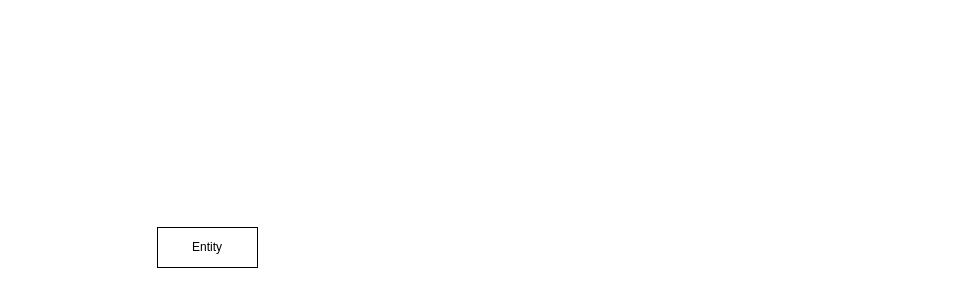
tonyjohnson1910/DoAn_DBMS keeps this draw.io diagram as ERD.drawio. Above is the earlier version. Source tidied: cells renumbered, new cells numbered last; positions are measured from the earlier drawing's top-left corner, leaving out a move shared by most shapes. Both pictures are drawn from the tidied source at 100%, with x=0, y=0 at pixel (157, 227).
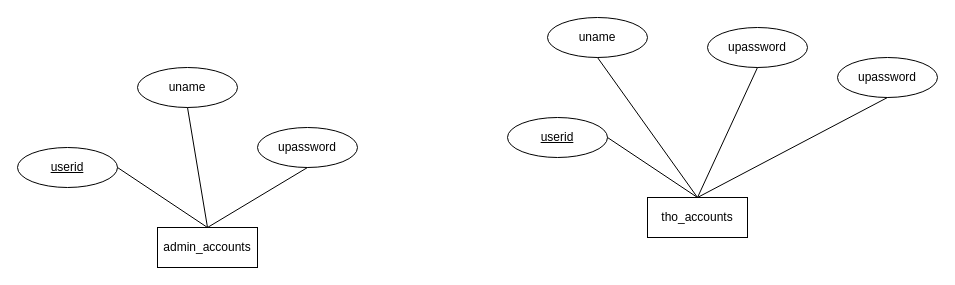
After the change.

Change to the diagram source:
```diff
@@
 <mxGraphModel>
   <root>
     <mxCell id="0" />
     <mxCell id="1" parent="0" />
-    <mxCell id="2" value="Entity" style="whiteSpace=wrap;html=1;align=center;" parent="1" vertex="1">
+    <mxCell id="2" value="admin_accounts" style="whiteSpace=wrap;html=1;align=center;" parent="1" vertex="1">
       <mxGeometry width="100" height="40" as="geometry" />
     </mxCell>
+    <mxCell id="3" value="userid" style="ellipse;whiteSpace=wrap;html=1;align=center;fontStyle=4;" parent="1" vertex="1">
+      <mxGeometry x="-140" y="-80" width="100" height="40" as="geometry" />
+    </mxCell>
+    <mxCell id="4" style="endArrow=none;html=1;rounded=0;exitX=1;exitY=0.5;exitDx=0;exitDy=0;entryX=0.5;entryY=0;entryDx=0;entryDy=0;" parent="1" edge="1" source="3" target="2">
+      <mxGeometry relative="1" as="geometry" />
+    </mxCell>
+    <mxCell id="5" value="uname" style="ellipse;whiteSpace=wrap;html=1;align=center;" parent="1" vertex="1">
+      <mxGeometry x="-20" y="-160" width="100" height="40" as="geometry" />
+    </mxCell>
+    <mxCell id="6" value="upassword" style="ellipse;whiteSpace=wrap;html=1;align=center;" parent="1" vertex="1">
+      <mxGeometry x="100" y="-100" width="100" height="40" as="geometry" />
+    </mxCell>
+    <mxCell id="7" style="endArrow=none;html=1;rounded=0;exitX=0.5;exitY=1;exitDx=0;exitDy=0;entryX=0.5;entryY=0;entryDx=0;entryDy=0;" parent="1" edge="1" source="5" target="2">
+      <mxGeometry relative="1" as="geometry" />
+    </mxCell>
+    <mxCell id="8" style="endArrow=none;html=1;rounded=0;entryX=0.5;entryY=1;entryDx=0;entryDy=0;" parent="1" edge="1" target="6">
+      <mxGeometry relative="1" as="geometry">
+        <mxPoint x="50" as="sourcePoint" />
+      </mxGeometry>
+    </mxCell>
+    <mxCell id="9" value="tho_accounts" style="whiteSpace=wrap;html=1;align=center;" parent="1" vertex="1">
+      <mxGeometry x="490" y="-30" width="100" height="40" as="geometry" />
+    </mxCell>
+    <mxCell id="10" value="userid" style="ellipse;whiteSpace=wrap;html=1;align=center;fontStyle=4;" parent="1" vertex="1">
+      <mxGeometry x="350" y="-110" width="100" height="40" as="geometry" />
+    </mxCell>
+    <mxCell id="11" style="endArrow=none;html=1;rounded=0;exitX=1;exitY=0.5;exitDx=0;exitDy=0;entryX=0.5;entryY=0;entryDx=0;entryDy=0;" parent="1" edge="1" source="10" target="9">
+      <mxGeometry relative="1" as="geometry" />
+    </mxCell>
+    <mxCell id="12" value="uname" style="ellipse;whiteSpace=wrap;html=1;align=center;" parent="1" vertex="1">
+      <mxGeometry x="390" y="-210" width="100" height="40" as="geometry" />
+    </mxCell>
+    <mxCell id="13" value="upassword" style="ellipse;whiteSpace=wrap;html=1;align=center;" parent="1" vertex="1">
+      <mxGeometry x="550" y="-200" width="100" height="40" as="geometry" />
+    </mxCell>
+    <mxCell id="14" style="endArrow=none;html=1;rounded=0;exitX=0.5;exitY=1;exitDx=0;exitDy=0;entryX=0.5;entryY=0;entryDx=0;entryDy=0;" parent="1" edge="1" source="12" target="9">
+      <mxGeometry relative="1" as="geometry" />
+    </mxCell>
+    <mxCell id="15" style="endArrow=none;html=1;rounded=0;entryX=0.5;entryY=1;entryDx=0;entryDy=0;" parent="1" edge="1" target="13">
+      <mxGeometry relative="1" as="geometry">
+        <mxPoint x="540" y="-30" as="sourcePoint" />
+      </mxGeometry>
+    </mxCell>
+    <mxCell id="16" value="upassword" style="ellipse;whiteSpace=wrap;html=1;align=center;" parent="1" vertex="1">
+      <mxGeometry x="680" y="-170" width="100" height="40" as="geometry" />
+    </mxCell>
+    <mxCell id="17" style="endArrow=none;html=1;rounded=0;entryX=0.5;entryY=1;entryDx=0;entryDy=0;exitX=0.5;exitY=0;exitDx=0;exitDy=0;" parent="1" edge="1" source="9" target="16">
+      <mxGeometry relative="1" as="geometry" />
+    </mxCell>
   </root>
 </mxGraphModel>
```
